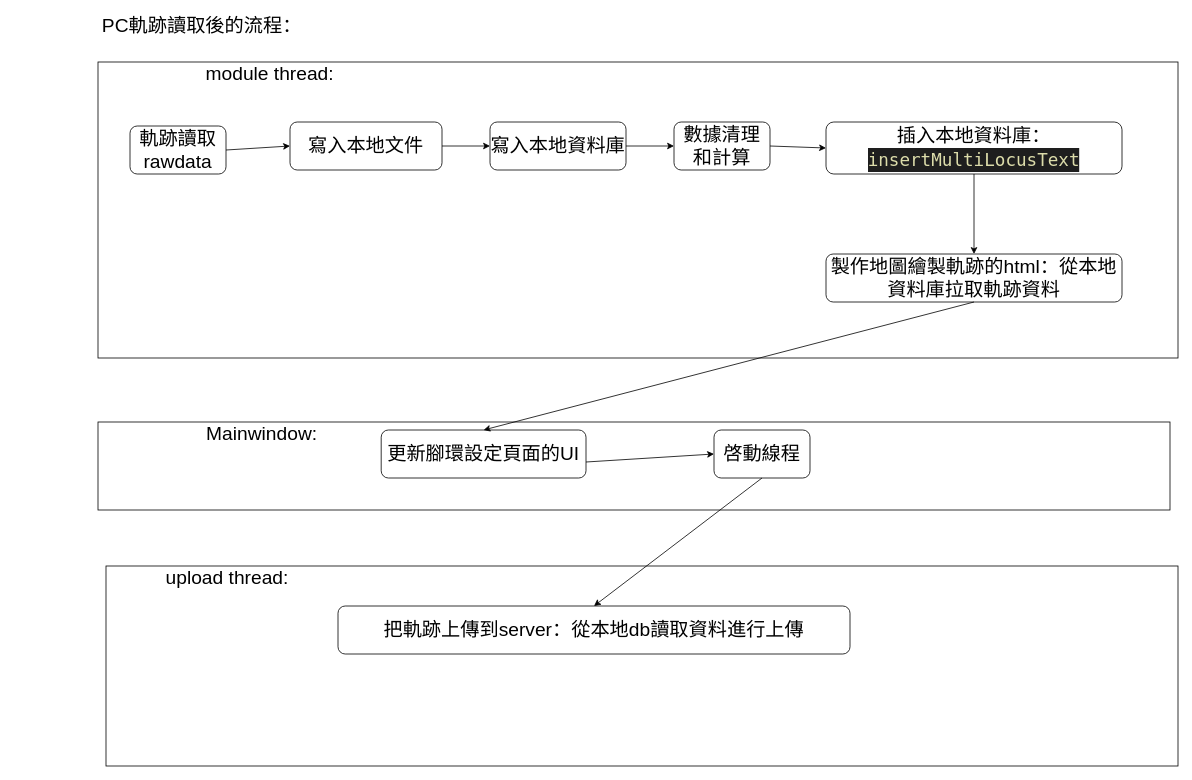
pengzhen80/PigeonRace keeps this draw.io diagram as page "流程圖-讀取軌跡" (2 of 10) of skyleader2.0.drawio. Above is the earlier version. Source tidied: cells renumbered, new cells numbered last; positions are measured from the earlier drawing's top-left corner, leaving out a move shared by most shapes. Both pictures are drawn from the tidied source at 80%, with x=0, y=0 at pixel (34, 14).
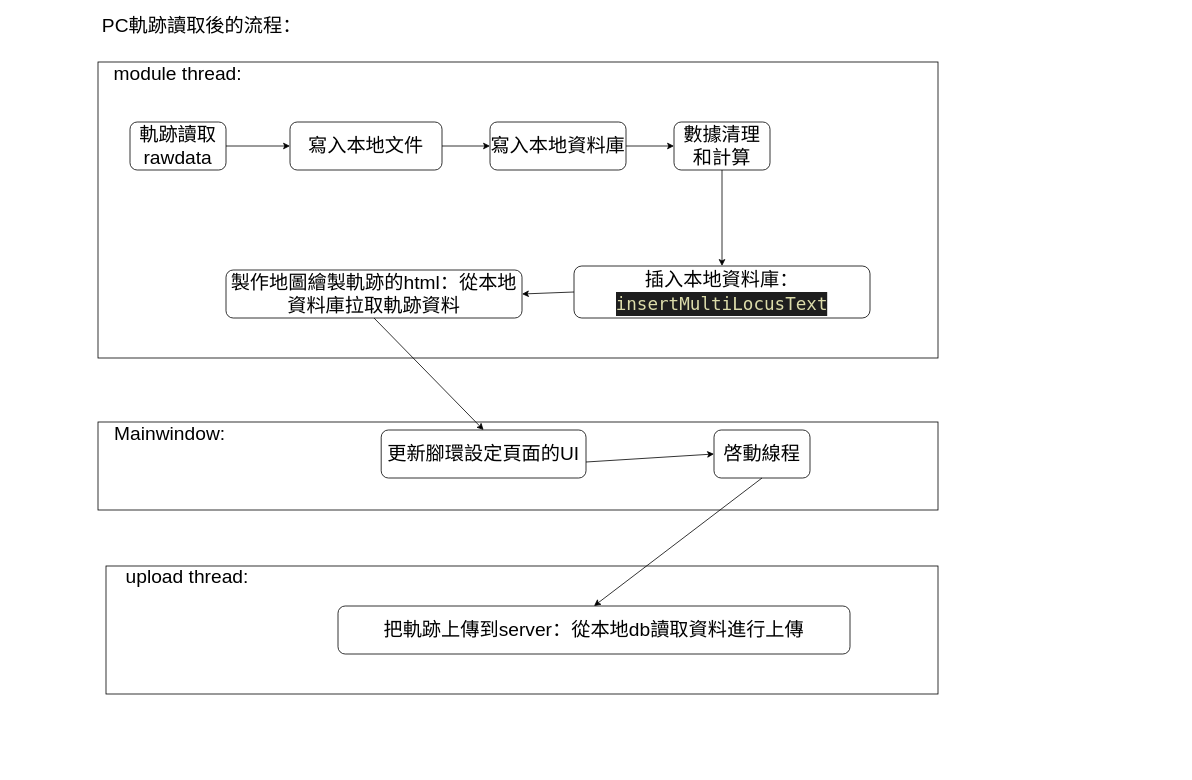
The same diagram, later.

The change refers to these unchanged cells:
```xml
<mxCell id="7" value="數據清理和計算" style="rounded=1;whiteSpace=wrap;html=1;fontSize=24;" parent="1" vertex="1">
  <mxGeometry x="800" y="135" width="120" height="60" as="geometry" />
</mxCell>
```

Change to the diagram source:
```diff
@@
     <mxCell id="2" style="rounded=0;whiteSpace=wrap;html=1;fontSize=24;" parent="1" vertex="1">
-      <mxGeometry x="90" y="690" width="1340" height="250" as="geometry" />
+      <mxGeometry x="90" y="690" width="1040" height="160" as="geometry" />
     </mxCell>
     <mxCell id="3" style="rounded=0;whiteSpace=wrap;html=1;fontSize=24;" parent="1" vertex="1">
-      <mxGeometry x="80" y="60" width="1350" height="370" as="geometry" />
+      <mxGeometry x="80" y="60" width="1050" height="370" as="geometry" />
     </mxCell>
     <mxCell id="4" value="軌跡讀取rawdata" style="rounded=1;whiteSpace=wrap;html=1;fontSize=24;" parent="1" vertex="1">
-      <mxGeometry x="120" y="140" width="120" height="60" as="geometry" />
+      <mxGeometry x="120" y="135" width="120" height="60" as="geometry" />
     </mxCell>
@@
     <mxCell id="11" value="插入本地資料庫：&lt;br&gt;&lt;div style=&quot;color: rgb(212, 212, 212); background-color: rgb(30, 30, 30); font-family: &amp;quot;Droid Sans Mono&amp;quot;, &amp;quot;monospace&amp;quot;, monospace; font-size: 22px; line-height: 30px;&quot;&gt;&lt;span style=&quot;color: #dcdcaa;&quot;&gt;insertMultiLocusText&lt;/span&gt;&lt;/div&gt;" style="rounded=1;whiteSpace=wrap;html=1;fontSize=24;" parent="1" vertex="1">
-      <mxGeometry x="990" y="135" width="370" height="65" as="geometry" />
+      <mxGeometry x="675" y="315" width="370" height="65" as="geometry" />
     </mxCell>
-    <mxCell id="12" style="endArrow=classic;html=1;rounded=0;fontSize=24;exitX=1;exitY=0.5;exitDx=0;exitDy=0;entryX=0;entryY=0.5;entryDx=0;entryDy=0;" parent="1" edge="1" source="7" target="11">
+    <mxCell id="12" style="endArrow=classic;html=1;rounded=0;fontSize=24;exitX=0.5;exitY=1;exitDx=0;exitDy=0;" parent="1" edge="1" source="7" target="11">
       <mxGeometry relative="1" as="geometry" />
     </mxCell>
     <mxCell id="13" value="製作地圖繪製軌跡的html：從本地資料庫拉取軌跡資料" style="rounded=1;whiteSpace=wrap;html=1;fontSize=24;" parent="1" vertex="1">
-      <mxGeometry x="990" y="300" width="370" height="60" as="geometry" />
+      <mxGeometry x="240" y="320" width="370" height="60" as="geometry" />
     </mxCell>
-    <mxCell id="14" style="endArrow=classic;html=1;rounded=0;fontSize=24;exitX=0.5;exitY=1;exitDx=0;exitDy=0;entryX=0.5;entryY=0;entryDx=0;entryDy=0;" parent="1" edge="1" source="11" target="13">
+    <mxCell id="14" style="endArrow=classic;html=1;rounded=0;fontSize=24;exitX=0;exitY=0.5;exitDx=0;exitDy=0;entryX=1;entryY=0.5;entryDx=0;entryDy=0;" parent="1" edge="1" source="11" target="13">
       <mxGeometry relative="1" as="geometry" />
     </mxCell>
     <mxCell id="15" value="module thread:" style="text;html=1;strokeColor=none;fillColor=none;align=center;verticalAlign=middle;whiteSpace=wrap;rounded=0;fontSize=24;" parent="1" vertex="1">
-      <mxGeometry x="90" y="60" width="410" height="30" as="geometry" />
+      <mxGeometry x="-25" y="60" width="410" height="30" as="geometry" />
     </mxCell>
     <mxCell id="16" style="rounded=0;whiteSpace=wrap;html=1;fontSize=24;" parent="1" vertex="1">
-      <mxGeometry x="80" y="510" width="1340" height="110" as="geometry" />
+      <mxGeometry x="80" y="510" width="1050" height="110" as="geometry" />
     </mxCell>
     <mxCell id="17" value="Mainwindow:" style="text;html=1;strokeColor=none;fillColor=none;align=center;verticalAlign=middle;whiteSpace=wrap;rounded=0;fontSize=24;" parent="1" vertex="1">
-      <mxGeometry x="90" y="510" width="390" height="30" as="geometry" />
+      <mxGeometry x="-25" y="510" width="390" height="30" as="geometry" />
     </mxCell>
@@
     <mxCell id="22" value="upload thread:&amp;nbsp;" style="text;html=1;strokeColor=none;fillColor=none;align=center;verticalAlign=middle;whiteSpace=wrap;rounded=0;fontSize=24;" parent="1" vertex="1">
-      <mxGeometry x="90" y="690" width="310" height="30" as="geometry" />
+      <mxGeometry x="40" y="689" width="310" height="30" as="geometry" />
     </mxCell>
```
